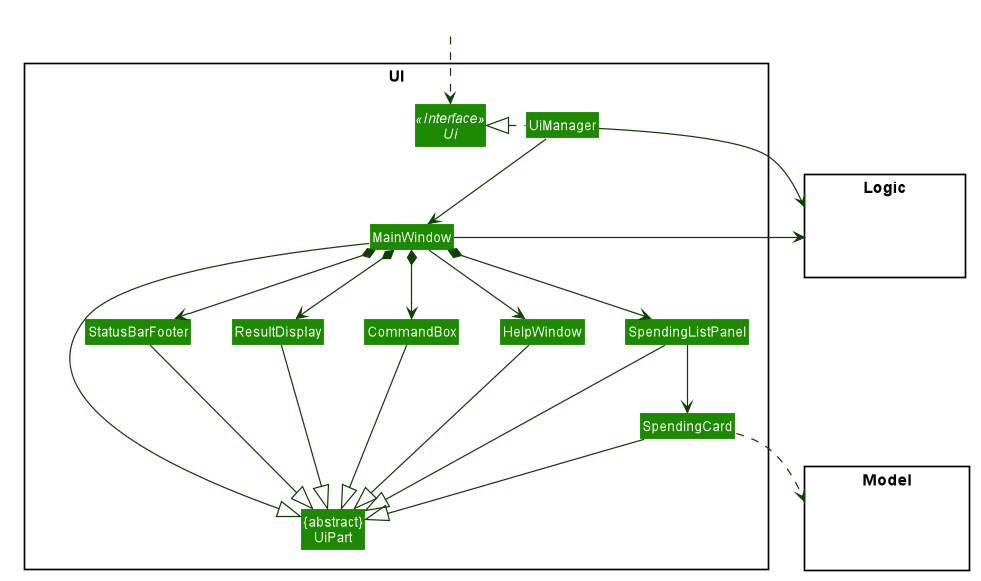
nus-cs2103-AY1920S1/addressbook-level3 keeps this PlantUML diagram as docs/images/UiClassDiagram.png. Above is the earlier version.
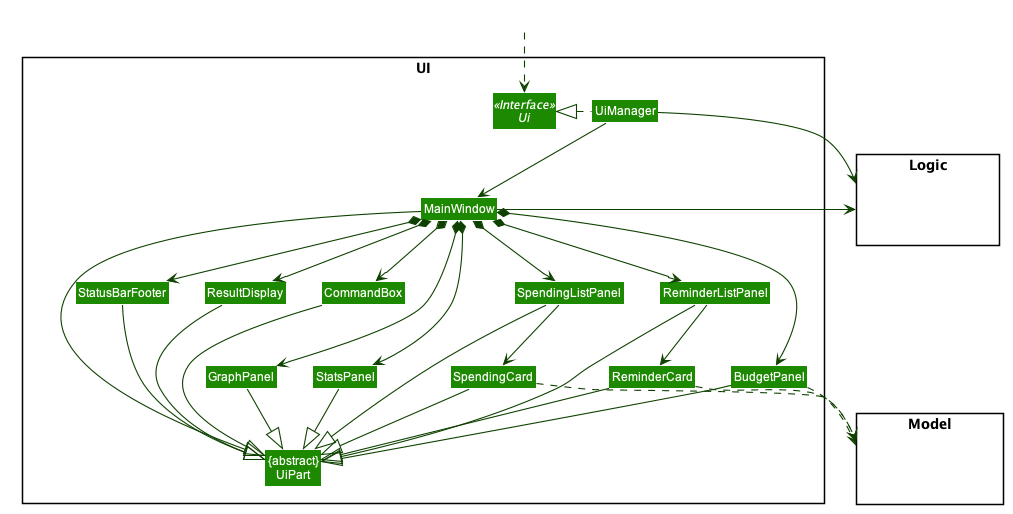
After the commit.

The edit, as a diff of the source:
```diff
@@ -56,12 +56,16 @@
 Class "{abstract}\nUiPart" as UiPart
 Class UiManager
 Class MainWindow
-Class HelpWindow
 Class ResultDisplay
 Class SpendingListPanel
 Class SpendingCard
 Class StatusBarFooter
 Class CommandBox
+Class BudgetPanel
+Class ReminderListPanel
+Class ReminderCard
+Class GraphPanel
+Class StatsPanel
 }
 
 package Model <<Rectangle>> {
@@ -77,12 +81,16 @@
 
 UiManager .left.|> Ui
 UiManager -down-> MainWindow
-MainWindow --> HelpWindow
 MainWindow *-down-> CommandBox
 MainWindow *-down-> ResultDisplay
 MainWindow *-down-> SpendingListPanel
 MainWindow *-down-> StatusBarFooter
+MainWindow *-down-> ReminderListPanel
+MainWindow *-down-> GraphPanel
+MainWindow *-down-> StatsPanel
+MainWindow *-down-> BudgetPanel
 
+ReminderListPanel -down-> ReminderCard
 SpendingListPanel -down-> SpendingCard
 
 MainWindow -left-|> UiPart
@@ -90,16 +98,20 @@
 ResultDisplay --|> UiPart
 CommandBox --|> UiPart
 SpendingListPanel --|> UiPart
+ReminderListPanel --|> UiPart
 SpendingCard --|> UiPart
+ReminderCard --|> UiPart
+BudgetPanel --|> UiPart
+GraphPanel --|> UiPart
+StatsPanel --|> UiPart
 StatusBarFooter --|> UiPart
-HelpWindow -down-|> UiPart
 
+BudgetPanel ..> Model
+ReminderCard ..> Model
 SpendingCard ..> Model
 UiManager -right-> Logic
 MainWindow -left-> Logic
 
-SpendingListPanel -[hidden]left- HelpWindow
-HelpWindow -[hidden]left- CommandBox
 CommandBox -[hidden]left- ResultDisplay
 ResultDisplay -[hidden]left- StatusBarFooter
 
```
